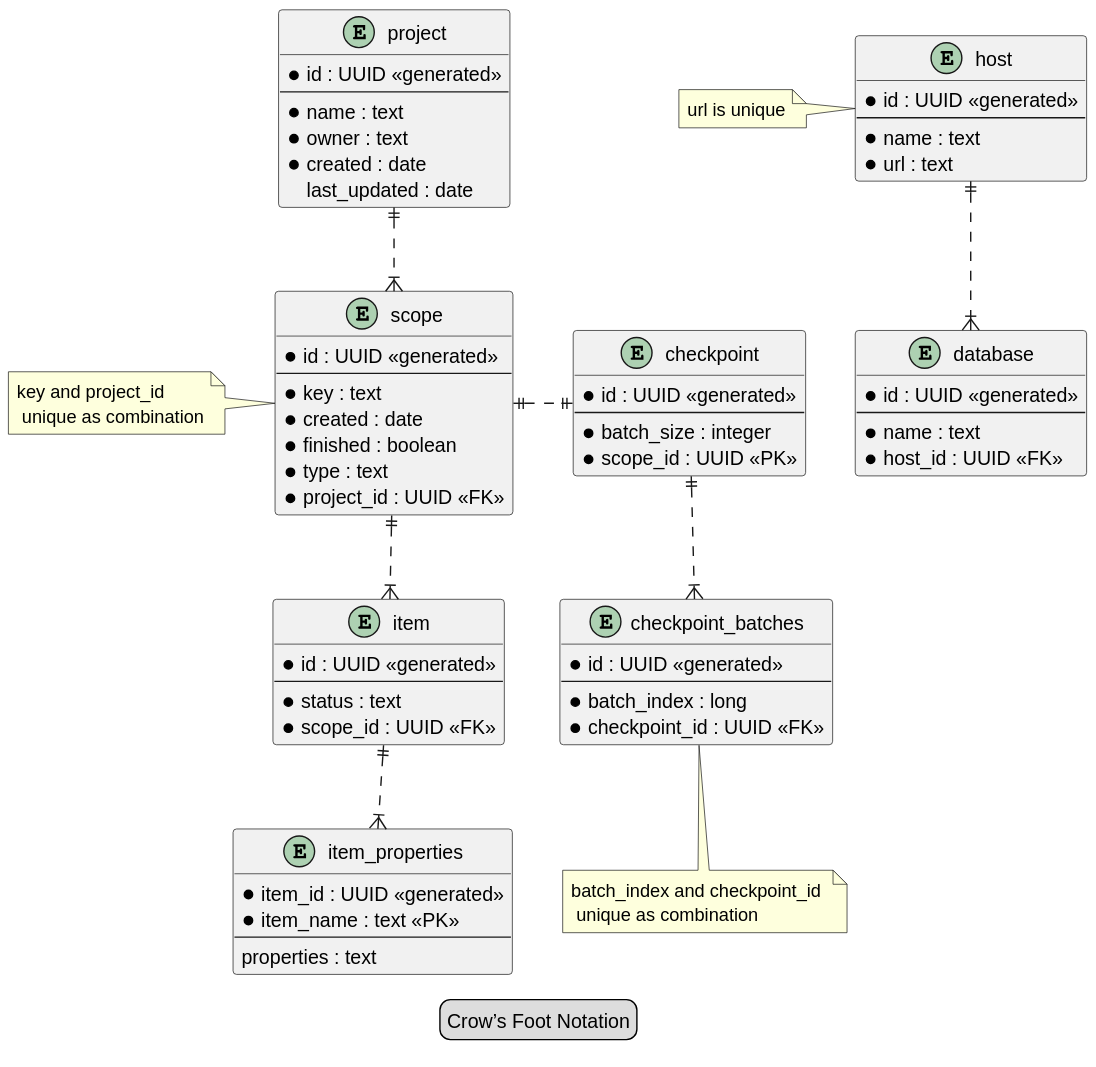
Earlier version of the PlantUML export data-migration-documentation/src/main/images/databaseModel.svg (TuncerCatalkaya/data-migration).
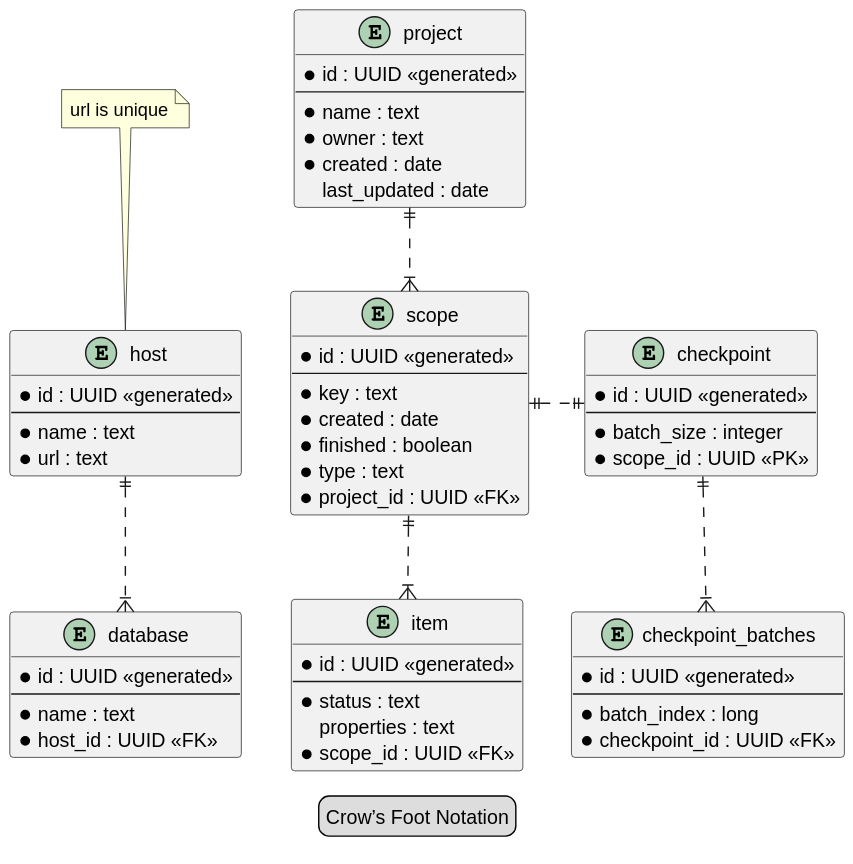
The same diagram one commit later.

Diff of the diagram source:
```diff
@@ -24,14 +24,8 @@
     * id : UUID <<generated>>
     --
     * status : text
+    properties : text
     * scope_id : UUID <<FK>>
-}
-
-entity item_properties {
-    * item_id : UUID <<generated>>
-    * item_name : text <<PK>>
-    --
-    properties : text
 }
 
 entity checkpoint {
@@ -62,13 +56,10 @@
     * host_id : UUID <<FK>>
 }
 
-note left of scope : key and project_id \n unique as combination
-note bottom of checkpoint_batches : batch_index and checkpoint_id \n unique as combination
-note left of host : url is unique
+note top of host : url is unique
 
 project ||..|{ scope
 scope ||..|{ item
-item ||..|{ item_properties
 
 scope ||.|| checkpoint
 
@@ -76,4 +67,5 @@
 
 host ||..|{ database
 
+host -[hidden]> scope
 @enduml
```
